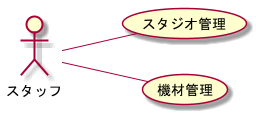
This is modeling/04_BusinessUsecase_設備管理/BusinessUsecase.png from TakashiOnawa/ddd-practice-studio-reservation, a PlantUML export, as it was before one commit.
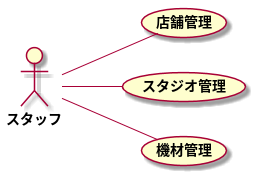
The same diagram one commit later.

Change to the diagram source:
```diff
@@ -4,6 +4,7 @@
 
 actor スタッフ
 
+スタッフ -- (店舗管理)
 スタッフ -- (スタジオ管理)
 スタッフ -- (機材管理)
 
```
